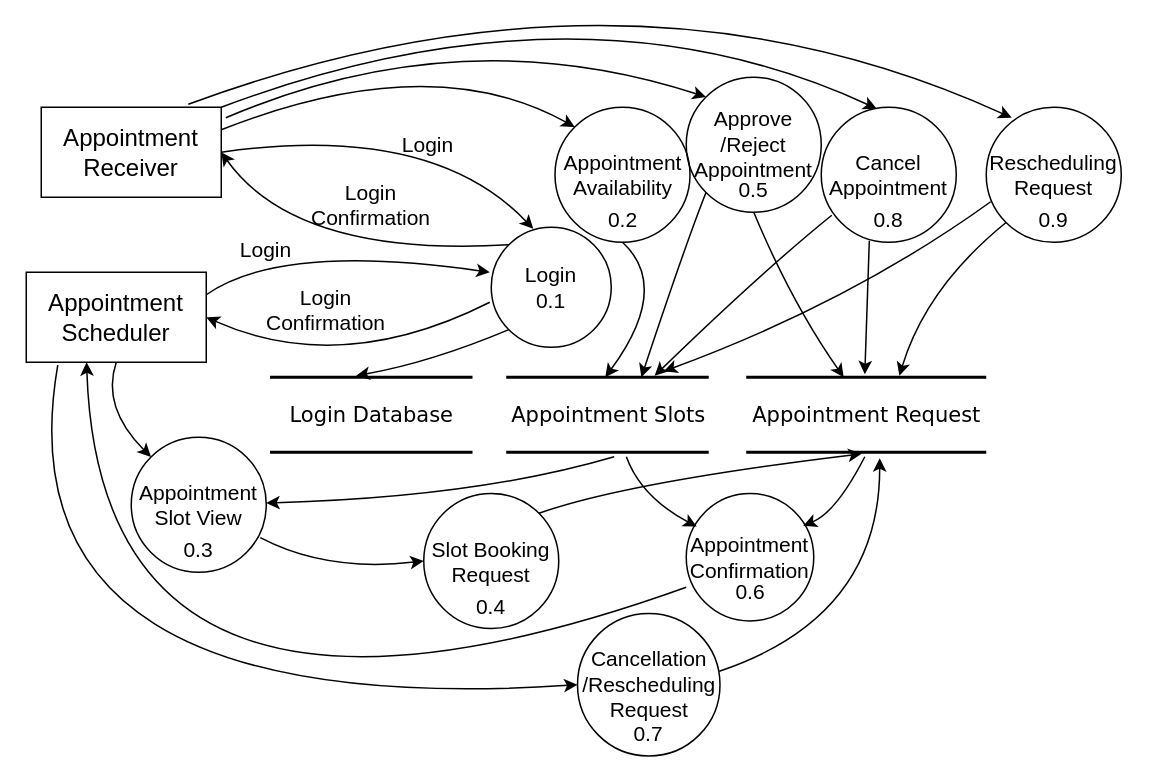
Above: DataFlow Diagram (Level-1).drawio in Yash7200/CP-1 (draw.io), before the change. Source tidied: cells renumbered, new cells numbered last; positions are measured from the earlier drawing's top-left corner, leaving out a move shared by most shapes. Both pictures are drawn from the tidied source at 150%, with x=0, y=0 at pixel (-4, -58).
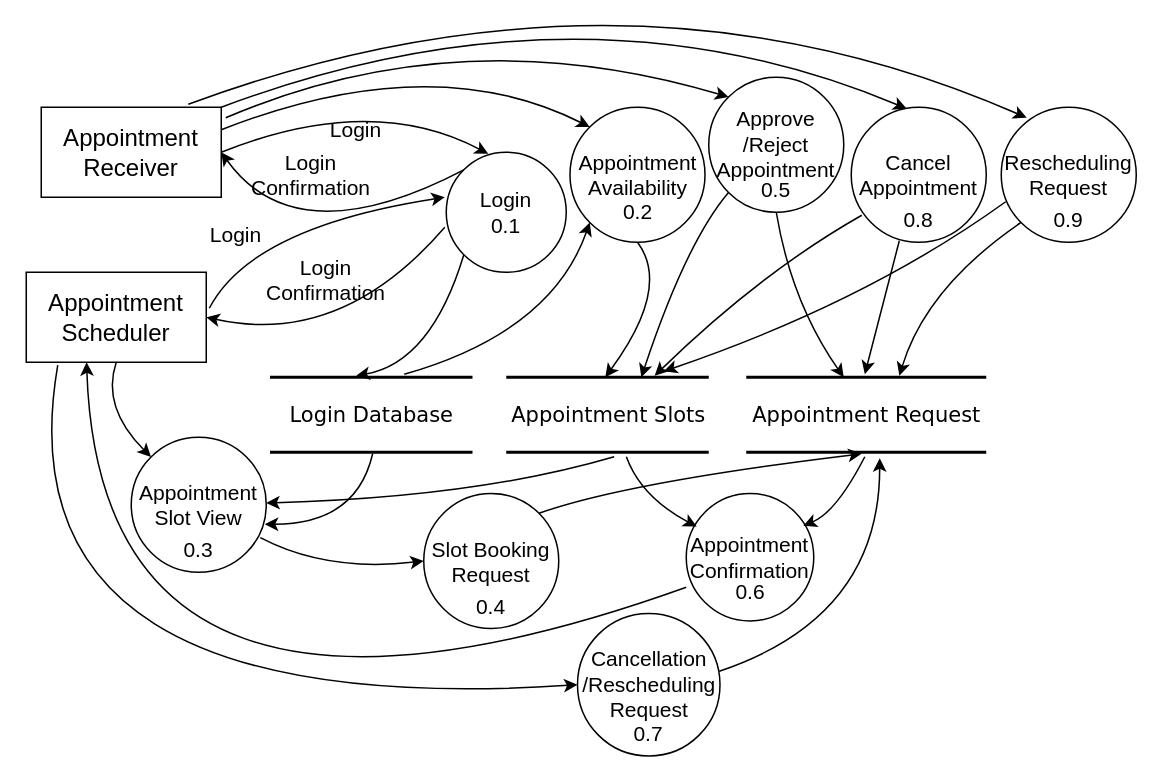
The same diagram, later.

Commit message:
Update DataFlow Diagram v1.6 (Level-1).drawio

The change refers to these unchanged cells:
```xml
<mxCell id="2" value="Appointment Scheduler" style="rounded=0;whiteSpace=wrap;html=1;fontSize=16;fillColor=none;" parent="1" vertex="1">
  <mxGeometry x="20" y="220" width="120" height="60" as="geometry" />
</mxCell>
<mxCell id="6" value="Login Database" style="html=1;rounded=0;shadow=0;comic=0;labelBackgroundColor=none;strokeWidth=2;fontFamily=Verdana;fontSize=14;align=center;shape=mxgraph.ios7ui.horLines;fillColor=none;" parent="1" vertex="1">
  <mxGeometry x="182.5" y="290" width="135" height="50" as="geometry" />
</mxCell>
<mxCell id="11" value="Appointment Receiver" style="rounded=0;whiteSpace=wrap;html=1;fontSize=16;fillColor=none;" parent="1" vertex="1">
  <mxGeometry x="30" y="110" width="120" height="60" as="geometry" />
</mxCell>
<mxCell id="14" value="Appointment Slots" style="html=1;rounded=0;shadow=0;comic=0;labelBackgroundColor=none;strokeWidth=2;fontFamily=Verdana;fontSize=14;align=center;shape=mxgraph.ios7ui.horLines;fillColor=none;" parent="1" vertex="1">
  <mxGeometry x="340" y="290" width="135" height="50" as="geometry" />
</mxCell>
<mxCell id="20" value="&lt;div&gt;Appointment&lt;/div&gt;&lt;div&gt;Slot View&lt;br&gt;&lt;/div&gt;" style="ellipse;whiteSpace=wrap;html=1;fillColor=none;fontSize=14;" parent="1" vertex="1">
  <mxGeometry x="90" y="330" width="90" height="90" as="geometry" />
</mxCell>
```

What changed in the source:
```diff
@@
-    <mxCell id="3" style="curved=1;endArrow=classic;html=1;rounded=0;fontSize=14;exitX=1;exitY=0.25;exitDx=0;exitDy=0;entryX=-0.012;entryY=0.375;entryDx=0;entryDy=0;entryPerimeter=0;" parent="1" edge="1" source="2" target="4">
+    <mxCell id="3" style="curved=1;endArrow=classic;html=1;rounded=0;fontSize=14;exitX=1.017;exitY=0.4;exitDx=0;exitDy=0;entryX=-0.012;entryY=0.375;entryDx=0;entryDy=0;entryPerimeter=0;exitPerimeter=0;" parent="1" edge="1" source="2" target="4">
       <mxGeometry relative="1" as="geometry">
         <Array as="points">
-          <mxPoint x="190" y="200" />
+          <mxPoint x="170" y="190" />
         </Array>
       </mxGeometry>
     </mxCell>
     <mxCell id="4" value="&lt;div&gt;Login&lt;/div&gt;&lt;div&gt;0.1&lt;br&gt;&lt;/div&gt;" style="ellipse;whiteSpace=wrap;html=1;fillColor=none;fontSize=14;" parent="1" vertex="1">
-      <mxGeometry x="330" y="190" width="80" height="80" as="geometry" />
+      <mxGeometry x="300" y="140" width="80" height="80" as="geometry" />
     </mxCell>
     <mxCell id="5" style="curved=1;endArrow=classic;html=1;rounded=0;fontSize=14;exitX=-0.012;exitY=0.625;exitDx=0;exitDy=0;entryX=1;entryY=0.5;entryDx=0;entryDy=0;exitPerimeter=0;" parent="1" edge="1" source="4" target="2">
       <mxGeometry relative="1" as="geometry">
         <Array as="points">
-          <mxPoint x="230" y="290" />
+          <mxPoint x="230" y="270" />
         </Array>
       </mxGeometry>
     </mxCell>
@@
     <mxCell id="9" value="Login" style="text;html=1;strokeColor=none;fillColor=none;align=center;verticalAlign=middle;whiteSpace=wrap;rounded=0;fontSize=14;" parent="1" vertex="1">
-      <mxGeometry x="150" y="190" width="60" height="30" as="geometry" />
+      <mxGeometry x="130" y="180" width="60" height="30" as="geometry" />
     </mxCell>
     <mxCell id="10" value="Login Confirmation" style="text;html=1;strokeColor=none;fillColor=none;align=center;verticalAlign=middle;whiteSpace=wrap;rounded=0;fontSize=14;" parent="1" vertex="1">
-      <mxGeometry x="180" y="230" width="80" height="30" as="geometry" />
+      <mxGeometry x="180" y="210" width="80" height="30" as="geometry" />
     </mxCell>
@@
     <mxCell id="12" style="curved=1;endArrow=classic;html=1;rounded=0;fontSize=14;exitX=1;exitY=0.5;exitDx=0;exitDy=0;entryX=0.35;entryY=0.013;entryDx=0;entryDy=0;entryPerimeter=0;" parent="1" edge="1" source="11" target="4">
       <mxGeometry relative="1" as="geometry">
         <Array as="points">
-          <mxPoint x="290" y="120" />
+          <mxPoint x="250" y="100" />
         </Array>
       </mxGeometry>
     </mxCell>
@@
     <mxCell id="15" value="&lt;div&gt;Appointment&lt;/div&gt;&lt;div&gt;Availability&lt;br&gt;&lt;/div&gt;" style="ellipse;whiteSpace=wrap;html=1;fillColor=none;fontSize=14;" parent="1" vertex="1">
-      <mxGeometry x="372.5" y="110" width="90" height="90" as="geometry" />
+      <mxGeometry x="382.5" y="110" width="90" height="90" as="geometry" />
     </mxCell>
     <mxCell id="16" value="Login" style="text;html=1;strokeColor=none;fillColor=none;align=center;verticalAlign=middle;whiteSpace=wrap;rounded=0;fontSize=14;" parent="1" vertex="1">
-      <mxGeometry x="257.5" y="120" width="60" height="30" as="geometry" />
+      <mxGeometry x="210" y="110" width="60" height="30" as="geometry" />
     </mxCell>
     <mxCell id="17" value="Login Confirmation" style="text;html=1;strokeColor=none;fillColor=none;align=center;verticalAlign=middle;whiteSpace=wrap;rounded=0;fontSize=14;" parent="1" vertex="1">
-      <mxGeometry x="210" y="160" width="80" height="30" as="geometry" />
+      <mxGeometry x="170" y="140" width="80" height="30" as="geometry" />
     </mxCell>
     <mxCell id="18" value="0.2" style="text;html=1;strokeColor=none;fillColor=none;align=center;verticalAlign=middle;whiteSpace=wrap;rounded=0;fontSize=14;" parent="1" vertex="1">
-      <mxGeometry x="387.5" y="170" width="60" height="30" as="geometry" />
+      <mxGeometry x="397.5" y="165" width="60" height="30" as="geometry" />
     </mxCell>
@@
     <mxCell id="29" value="&lt;div&gt;Approve&lt;/div&gt;&lt;div&gt;/Reject&lt;br&gt;&lt;/div&gt;&lt;div&gt;Appointment&lt;/div&gt;" style="ellipse;whiteSpace=wrap;html=1;fillColor=none;fontSize=14;" parent="1" vertex="1">
-      <mxGeometry x="460" y="90" width="90" height="90" as="geometry" />
+      <mxGeometry x="475" y="90" width="90" height="90" as="geometry" />
     </mxCell>
@@
     <mxCell id="31" value="0.5" style="text;html=1;strokeColor=none;fillColor=none;align=center;verticalAlign=middle;whiteSpace=wrap;rounded=0;fontSize=14;" parent="1" vertex="1">
-      <mxGeometry x="475" y="150" width="60" height="30" as="geometry" />
+      <mxGeometry x="490" y="150" width="60" height="30" as="geometry" />
     </mxCell>
@@
     <mxCell id="38" value="&lt;div&gt;Cancel&lt;br&gt;&lt;/div&gt;&lt;div&gt;Appointment&lt;/div&gt;" style="ellipse;whiteSpace=wrap;html=1;fillColor=none;fontSize=14;" parent="1" vertex="1">
-      <mxGeometry x="550" y="110" width="90" height="90" as="geometry" />
+      <mxGeometry x="570" y="110" width="90" height="90" as="geometry" />
     </mxCell>
@@
     <mxCell id="42" value="&lt;div&gt;Rescheduling&lt;br&gt;&lt;/div&gt;&lt;div&gt;Request&lt;br&gt;&lt;/div&gt;" style="ellipse;whiteSpace=wrap;html=1;fillColor=none;fontSize=14;" parent="1" vertex="1">
-      <mxGeometry x="660" y="110" width="90" height="90" as="geometry" />
+      <mxGeometry x="670" y="110" width="90" height="90" as="geometry" />
     </mxCell>
@@
     <mxCell id="46" value="0.8" style="text;html=1;strokeColor=none;fillColor=none;align=center;verticalAlign=middle;whiteSpace=wrap;rounded=0;fontSize=14;" parent="1" vertex="1">
-      <mxGeometry x="565" y="170" width="60" height="30" as="geometry" />
+      <mxGeometry x="585" y="170" width="60" height="30" as="geometry" />
     </mxCell>
@@
     <mxCell id="48" style="curved=1;endArrow=classic;html=1;rounded=0;fontSize=14;entryX=0.778;entryY=-0.08;entryDx=0;entryDy=0;entryPerimeter=0;exitX=0.033;exitY=0.7;exitDx=0;exitDy=0;exitPerimeter=0;" parent="1" edge="1" source="42" target="14">
       <mxGeometry relative="1" as="geometry">
         <Array as="points">
-          <mxPoint x="570" y="240" />
+          <mxPoint x="580" y="240" />
         </Array>
       </mxGeometry>
     </mxCell>
@@
     <mxCell id="51" value="0.9" style="text;html=1;strokeColor=none;fillColor=none;align=center;verticalAlign=middle;whiteSpace=wrap;rounded=0;fontSize=14;" parent="1" vertex="1">
-      <mxGeometry x="675" y="170" width="60" height="30" as="geometry" />
+      <mxGeometry x="685" y="170" width="60" height="30" as="geometry" />
     </mxCell>
@@
+    <mxCell id="53" style="curved=1;endArrow=classic;html=1;rounded=0;fontSize=14;entryX=0;entryY=1;entryDx=0;entryDy=0;exitX=0.663;exitY=-0.04;exitDx=0;exitDy=0;exitPerimeter=0;" parent="1" edge="1" source="6" target="15">
+      <mxGeometry relative="1" as="geometry">
+        <Array as="points">
+          <mxPoint x="370" y="260" />
+        </Array>
+      </mxGeometry>
+    </mxCell>
+    <mxCell id="54" style="curved=1;endArrow=classic;html=1;rounded=0;fontSize=14;entryX=0.989;entryY=0.644;entryDx=0;entryDy=0;exitX=0.507;exitY=1.02;exitDx=0;exitDy=0;exitPerimeter=0;entryPerimeter=0;" parent="1" edge="1" source="6" target="20">
+      <mxGeometry relative="1" as="geometry">
+        <Array as="points">
+          <mxPoint x="240" y="388" />
+        </Array>
+      </mxGeometry>
+    </mxCell>
```
